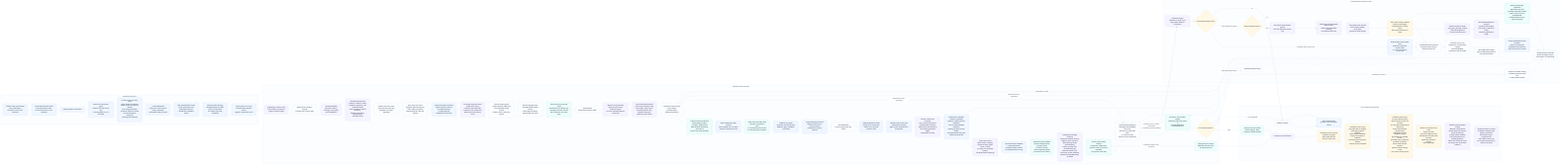
The Mermaid diagram odylith/atlas/source/domain-intelligence-greenfield-governance.png in odylith/odylith, before a commit. Its source is kept beside it as odylith/atlas/source/domain-intelligence-greenfield-governance.mmd.
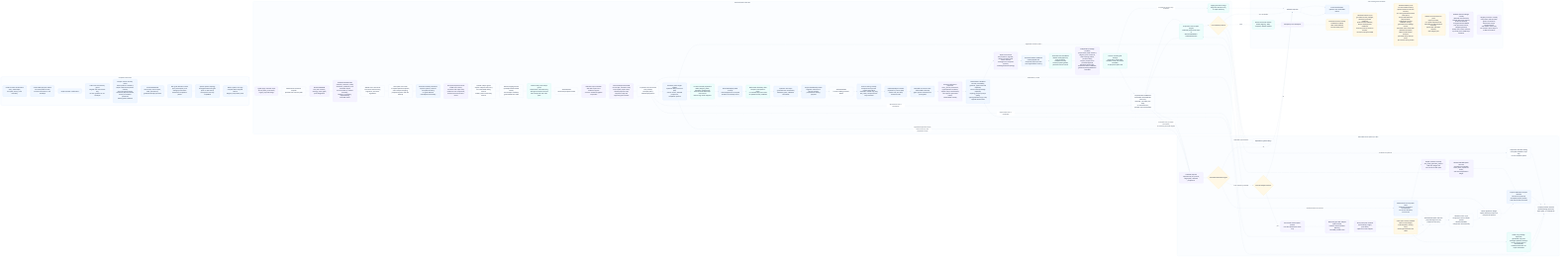
Above is the later version.

What changed in the source:
```diff
@@ -29,12 +29,14 @@
       release_scope["Release-scope classifier<br/>affirmative proof and evidence support<br/>survives unrelated negative scope tails"]
       canonical_facts["CanonicalProjectionFactIR<br/>source layer, semantic node,<br/>source path, repair owner,<br/>allowed projection IDs,<br/>sequence-step and supporting-tail variants"]
       projection_contract["Projection contract owner<br/>roots, aliases,<br/>envelope paths,<br/>affected projections"]
+      semantic_patch_targets["Semantic patch target registry<br/>operation kind, canonical path,<br/>source mirrors, affected projections,<br/>completion posture"]
       projections["Context-starved projections<br/>Radar, Registry, Atlas,<br/>Compass, release proof<br/>Atlas terminal labels keep event terms<br/>before long result wrappers"]
       atlas_label_custody["Atlas header/body label custody<br/>fixed wrappers do not repeat<br/>semantic result body terms"]
       state_boundary_titles["Radar state-boundary titles<br/>compact review/action focus,<br/>no mechanical pronoun tails<br/>no repeated clarity modifiers"]
       next_steps["Operator next steps<br/>governed start workstream,<br/>readiness gates, validation commands"]
       project_dashboard["Project dashboard preview<br/>fragment-safe source-launch prompts<br/>persisted into tooling payload"]
       draft_set["ArtifactDraftSet<br/>human-visible governed drafts"]
+      source_casing_custody["Source-casing custody<br/>accepted acronym and mixed-case tokens<br/>restored in visible copy only;<br/>IDs, paths, component refs stay structural"]
       artifact_units["ArtifactQualityUnit stream<br/>projection id, source path,<br/>surface role, text kind,<br/>semantic node"]
       visible_actor_projection["Tribunal visible actor projection<br/>actor_source provenance,<br/>typed operator evidence,<br/>explicit many-hat allowance,<br/>role-specific generated labels,<br/>shared label custody"]
       validators["Deterministic validators<br/>schema, traceability,<br/>grammar, typed canonical repetition,<br/>source-owned package repetition,<br/>topology, Project prompt quality,<br/>typed generated-copy units,<br/>clipped terminal tails"]
@@ -87,8 +89,8 @@
     end
 
     visible_intent --> confirmable_stdout --> confirm --> source_guard --> prompt_recovery --> confirmed_ir --> non_goal_owner --> sparse_systems --> public_system_copy
-    public_system_copy --> apply_input --> compiler --> semantic_ir --> evaluation_semantics --> actor_role_owner --> actor_path_role --> external_boundary --> sequence_owner --> subject_carry_guard --> result_language --> prose_shape_guard --> artifact_plan --> release_scope --> canonical_facts --> projection_contract --> projections --> atlas_label_custody --> state_boundary_titles --> next_steps --> project_dashboard --> draft_set
-    draft_set --> artifact_units --> mermaid_source_units --> visible_actor_projection --> validators --> expert_lenses --> persisted_readback --> governed_readback --> evidence_readback --> typed_findings --> source_addresses --> projection_targets --> final_manifest
+    public_system_copy --> apply_input --> compiler --> semantic_ir --> evaluation_semantics --> actor_role_owner --> actor_path_role --> external_boundary --> sequence_owner --> subject_carry_guard --> result_language --> prose_shape_guard --> artifact_plan --> release_scope --> canonical_facts --> projection_contract --> semantic_patch_targets --> projections --> atlas_label_custody --> state_boundary_titles --> next_steps --> project_dashboard --> draft_set
+    draft_set --> source_casing_custody --> artifact_units --> mermaid_source_units --> visible_actor_projection --> validators --> expert_lenses --> persisted_readback --> governed_readback --> evidence_readback --> typed_findings --> source_addresses --> projection_targets --> final_manifest
     typed_findings -- "untyped or legacy-only evidence" --> legacy_blockers --> rollback
     final_manifest -- "pass" --> writes --> proof_log --> surface_custody --> matrix_scorer --> release_matrix --> natural_rescue_proof --> selected_case_leakage --> registry_forensics_custody
     final_manifest -- "rendered scope drift" --> projection_rerender --> rerender
@@ -100,6 +102,8 @@
     custody_check --> plan_apply
     custody_check --> package_inspection
     source_addresses -. "no broad roots, preview summaries,<br/>or substring-derived targets" .-> patchset
+    semantic_patch_targets -. "registered operation kinds,<br/>source mirrors, and projection scope" .-> patchset
+    semantic_patch_targets -. "registered semantic paths" .-> semantic_apply
     projection_contract -. "sanctioned roots + envelopes" .-> source_addresses
     projection_contract -. "sanctioned roots + envelopes" .-> plan_apply
     projection_contract -. "dependency scope" .-> scope_ledger
@@ -118,7 +122,7 @@
     classDef rescue fill:#FFF7ED,stroke:#FDBA74,color:#17233A,stroke-width:1.2px;
     classDef write fill:#F0FDF4,stroke:#86EFAC,color:#17233A,stroke-width:1.2px;
     class visible_intent,confirmable_stdout,confirm,source_guard,prompt_recovery,confirmed_ir,non_goal_owner,sparse_systems,public_system_copy intent;
-    class apply_input,compiler,semantic_ir,evaluation_semantics,actor_role_owner,actor_path_role,external_boundary,sequence_owner,subject_carry_guard,result_language,prose_shape_guard,artifact_plan,release_scope,canonical_facts,projection_contract,projections,atlas_label_custody,state_boundary_titles,next_steps,project_dashboard,draft_set,artifact_units,mermaid_source_units,visible_actor_projection,validators,expert_lenses,persisted_readback,governed_readback,evidence_readback,typed_findings,source_addresses,projection_targets,legacy_blockers,final_manifest standard;
+    class apply_input,compiler,semantic_ir,evaluation_semantics,actor_role_owner,actor_path_role,external_boundary,sequence_owner,subject_carry_guard,result_language,prose_shape_guard,artifact_plan,release_scope,canonical_facts,projection_contract,semantic_patch_targets,projections,atlas_label_custody,state_boundary_titles,next_steps,project_dashboard,draft_set,source_casing_custody,artifact_units,mermaid_source_units,visible_actor_projection,validators,expert_lenses,persisted_readback,governed_readback,evidence_readback,typed_findings,source_addresses,projection_targets,legacy_blockers,final_manifest standard;
     class repairable,patchset,executable_target,deterministic_source_patch,rescue_budget,tribunal_planner,provider_adapter,strict_schema,custody_check,repair_manifest,semantic_apply,plan_apply,semantic_mirror_sync,scope_ledger,dashboard_rerender,projection_rerender,package_inspection,rerender rescue;
     class writes,rollback,blockers,proof_log,surface_custody,matrix_scorer,release_matrix,natural_rescue_proof,selected_case_leakage,registry_forensics_custody write;
 
```
